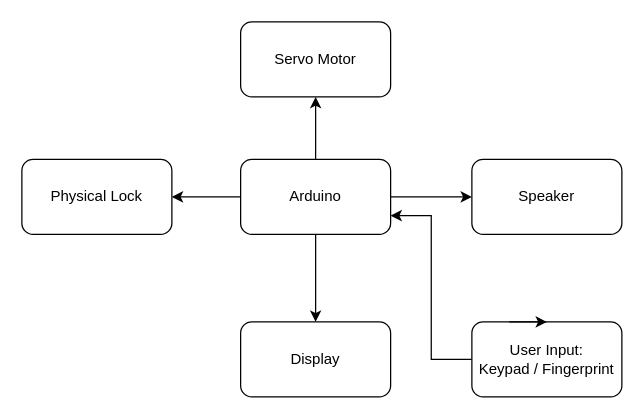
Earlier version of the draw.io diagram Untitled Diagram.drawio (MazenAbou/SmartSafe). Source tidied: cells renumbered, new cells numbered last; positions are measured from the earlier drawing's top-left corner, leaving out a move shared by most shapes. Both pictures are drawn from the tidied source at 125%, with x=0, y=0 at pixel (21, 21).
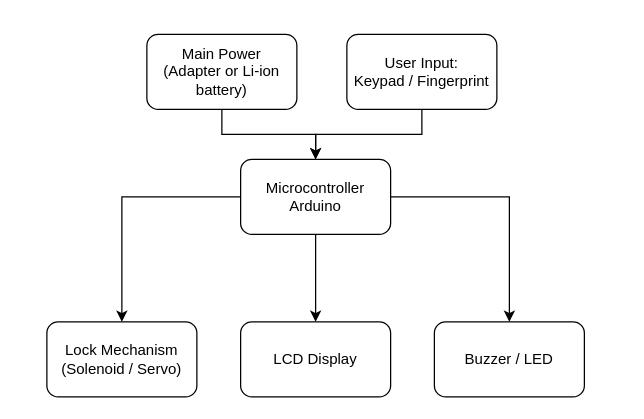
The same diagram, later.

Diff of the diagram source:
```diff
@@
 <mxGraphModel>
   <root>
     <mxCell id="0" />
     <mxCell id="1" parent="0" />
     <mxCell id="2" style="edgeStyle=orthogonalEdgeStyle;rounded=0;jettySize=auto;html=1;" parent="1" edge="1" source="6" target="8">
       <mxGeometry relative="1" as="geometry" />
     </mxCell>
+    <mxCell id="5" style="edgeStyle=orthogonalEdgeStyle;rounded=0;jettySize=auto;html=1;" parent="1" edge="1" source="6" target="9">
+      <mxGeometry relative="1" as="geometry" />
+    </mxCell>
-    <mxCell id="3" style="edgeStyle=orthogonalEdgeStyle;rounded=0;jettySize=auto;html=1;" parent="1" edge="1" source="6" target="10">
+    <mxCell id="3" style="edgeStyle=orthogonalEdgeStyle;rounded=0;jettySize=auto;html=1;entryX=0.5;entryY=0;entryDx=0;entryDy=0;" parent="1" edge="1" source="6" target="10">
       <mxGeometry relative="1" as="geometry" />
     </mxCell>
-    <mxCell id="4" style="edgeStyle=orthogonalEdgeStyle;rounded=0;jettySize=auto;html=1;" parent="1" edge="1" source="6" target="7">
-      <mxGeometry relative="1" as="geometry" />
-    </mxCell>
-    <mxCell id="5" style="edgeStyle=orthogonalEdgeStyle;rounded=0;jettySize=auto;html=1;" parent="1" edge="1" source="6" target="9">
-      <mxGeometry relative="1" as="geometry" />
-    </mxCell>
-    <mxCell id="6" value="Arduino" style="rounded=1;whiteSpace=wrap;html=1;" parent="1" vertex="1">
+    <mxCell id="6" value="Microcontroller&lt;div&gt;Arduino&lt;/div&gt;" style="rounded=1;whiteSpace=wrap;html=1;" parent="1" vertex="1">
       <mxGeometry x="175" y="110" width="120" height="60" as="geometry" />
     </mxCell>
-    <mxCell id="7" value="Servo Motor" style="rounded=1;whiteSpace=wrap;html=1;" parent="1" vertex="1">
-      <mxGeometry x="175" width="120" height="60" as="geometry" />
-    </mxCell>
-    <mxCell id="8" value="Display" style="rounded=1;whiteSpace=wrap;html=1;" parent="1" vertex="1">
+    <mxCell id="8" value="LCD Display" style="rounded=1;whiteSpace=wrap;html=1;" parent="1" vertex="1">
       <mxGeometry x="175" y="240" width="120" height="60" as="geometry" />
     </mxCell>
-    <mxCell id="9" value="Speaker" style="rounded=1;whiteSpace=wrap;html=1;" parent="1" vertex="1">
-      <mxGeometry x="360" y="110" width="120" height="60" as="geometry" />
+    <mxCell id="9" value="Buzzer / LED" style="rounded=1;whiteSpace=wrap;html=1;" parent="1" vertex="1">
+      <mxGeometry x="330" y="240" width="120" height="60" as="geometry" />
     </mxCell>
-    <mxCell id="10" value="Physical Lock" style="rounded=1;whiteSpace=wrap;html=1;" parent="1" vertex="1">
-      <mxGeometry y="110" width="120" height="60" as="geometry" />
+    <mxCell id="10" value="Lock Mechanism&lt;div&gt;(Solenoid / Servo)&lt;/div&gt;" style="rounded=1;whiteSpace=wrap;html=1;" parent="1" vertex="1">
+      <mxGeometry x="20" y="240" width="120" height="60" as="geometry" />
     </mxCell>
-    <mxCell id="11" style="edgeStyle=orthogonalEdgeStyle;rounded=0;jettySize=auto;html=1;entryX=1;entryY=0.75;entryDx=0;entryDy=0;" parent="1" edge="1" source="12" target="6">
+    <mxCell id="11" style="edgeStyle=orthogonalEdgeStyle;rounded=0;jettySize=auto;html=1;" parent="1" edge="1" source="12" target="6">
       <mxGeometry relative="1" as="geometry" />
     </mxCell>
-    <mxCell id="12" value="User Input:&lt;br&gt;Keypad / Fingerprint" style="rounded=1;whiteSpace=wrap;html=1;" parent="1" vertex="1">
-      <mxGeometry x="360" y="240" width="120" height="60" as="geometry" />
+    <mxCell id="12" value="User Input:&lt;br&gt;Keypad / Fingerprint" style="rounded=1;whiteSpace=wrap;html=1;shape=label;fixedSize=1;" parent="1" vertex="1">
+      <mxGeometry x="260" y="10" width="120" height="60" as="geometry" />
     </mxCell>
-    <mxCell id="13" style="edgeStyle=orthogonalEdgeStyle;rounded=0;orthogonalLoop=1;jettySize=auto;html=1;exitX=0.25;exitY=0;exitDx=0;exitDy=0;entryX=0.5;entryY=0;entryDx=0;entryDy=0;" parent="1" edge="1" source="12" target="12">
-      <mxGeometry relative="1" as="geometry" />
-    </mxCell>
+    <mxCell id="14" style="edgeStyle=orthogonalEdgeStyle;rounded=0;jettySize=auto;html=1;" parent="1" edge="1" source="15" target="6">
+      <mxGeometry relative="1" as="geometry" />
+    </mxCell>
+    <mxCell id="15" value="Main Power&lt;div&gt;(Adapter or Li-ion battery)&lt;/div&gt;" style="rounded=1;whiteSpace=wrap;html=1;shape=label;fixedSize=1;" parent="1" vertex="1">
+      <mxGeometry x="100" y="10" width="120" height="60" as="geometry" />
+    </mxCell>
   </root>
 </mxGraphModel>
```
